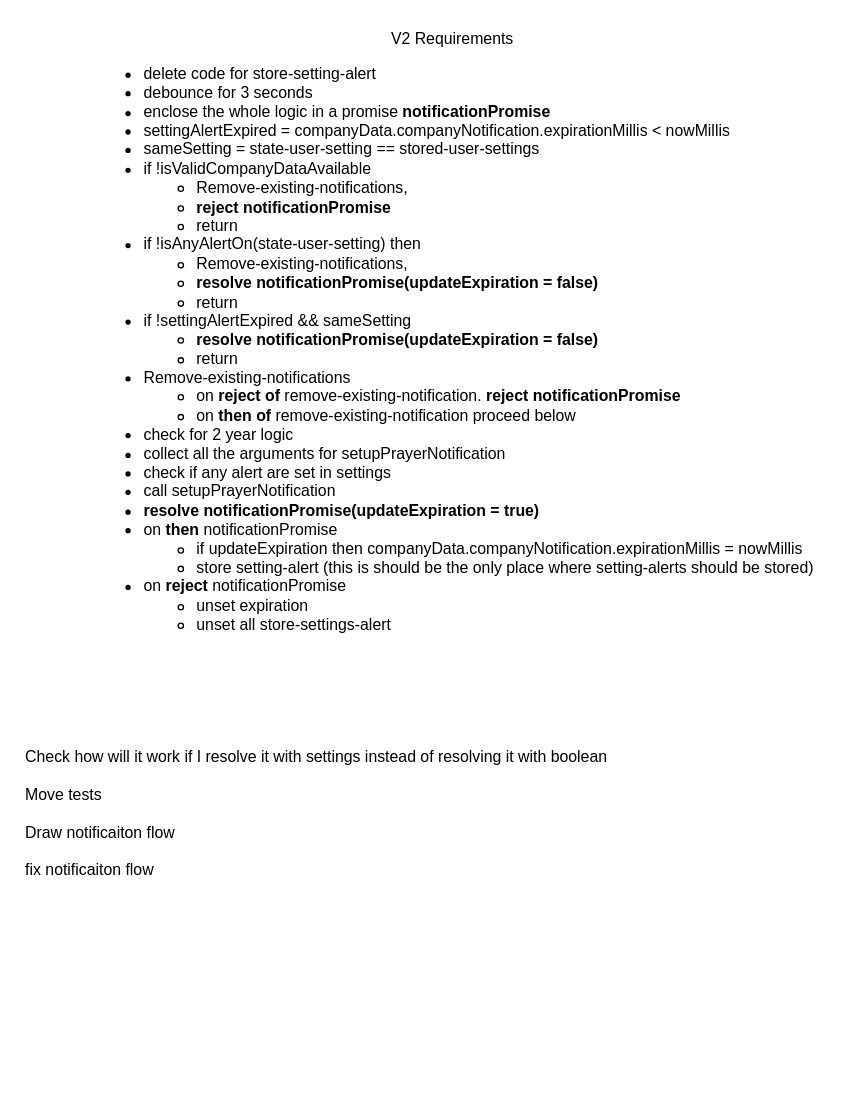
Before: page "v2 notification design" (7 of 7) of projects/central_masjid_dashboard/cdb/misc/docs-mobile/MDB Mobile Setup Notifications.drawio in sherazc/playground, a draw.io diagram. Source tidied: cells renumbered, new cells numbered last; positions are measured from the earlier drawing's top-left corner, leaving out a move shared by most shapes. Both pictures are drawn from the tidied source at 132%, with x=0, y=0 at pixel (22, 22).
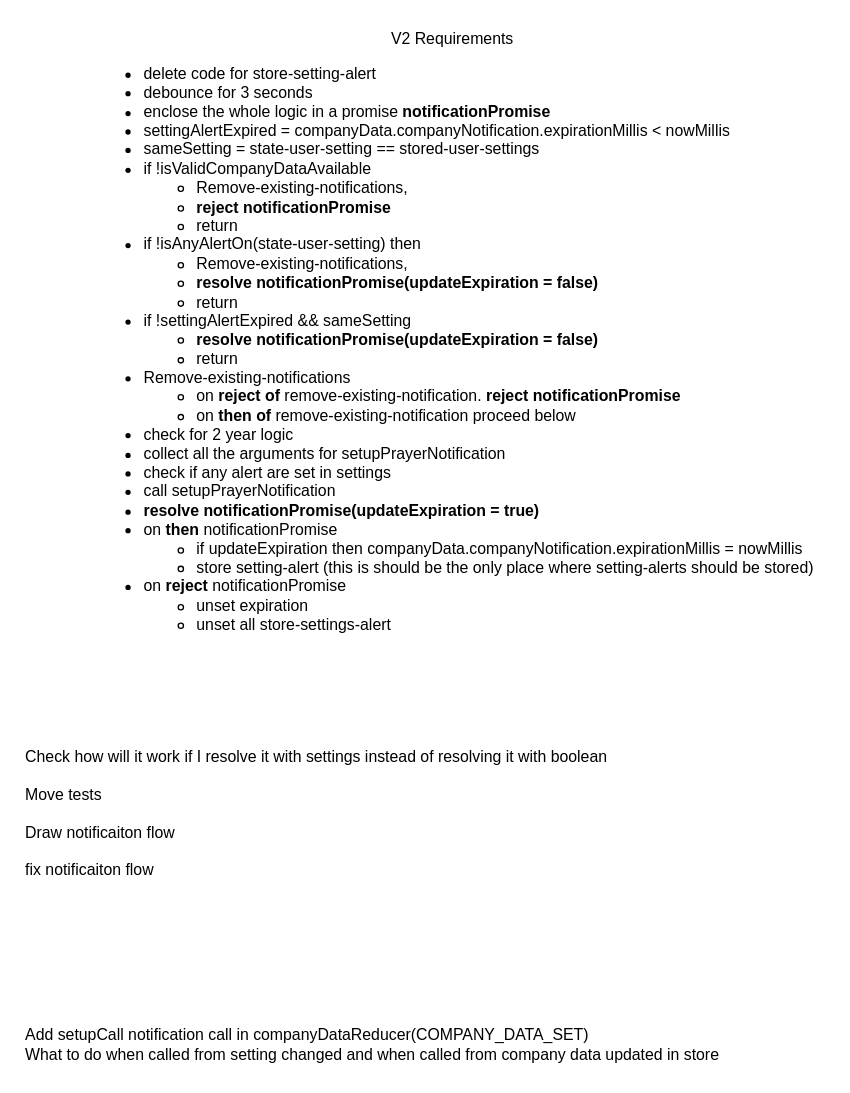
The same page after the edit.

Change to the diagram source:
```diff
@@
 <mxGraphModel>
   <root>
     <mxCell id="0" />
     <mxCell id="1" parent="0" />
     <mxCell id="2" value="&lt;div&gt;V2 Requirements&lt;/div&gt;&lt;ul&gt;&lt;li style=&quot;text-align: left;&quot;&gt;delete code for store-setting-alert&lt;/li&gt;&lt;li style=&quot;text-align: left;&quot;&gt;debounce for 3 seconds&amp;nbsp;&lt;/li&gt;&lt;li style=&quot;text-align: left;&quot;&gt;enclose the whole logic in a promise&amp;nbsp;&lt;b&gt;notificationPromise&lt;/b&gt;&lt;/li&gt;&lt;li style=&quot;text-align: left;&quot;&gt;&lt;span style=&quot;background-color: initial;&quot;&gt;settingAlertExpired = companyData.companyNotification.&lt;/span&gt;expirationMillis &amp;lt; nowMillis&lt;/li&gt;&lt;li style=&quot;text-align: left;&quot;&gt;sameSetting = state-user-setting == stored-user-settings&lt;br&gt;&lt;/li&gt;&lt;li style=&quot;border-color: var(--border-color); text-align: left;&quot;&gt;if !isValidCompanyDataAvailable&lt;/li&gt;&lt;ul style=&quot;border-color: var(--border-color);&quot;&gt;&lt;li style=&quot;border-color: var(--border-color); text-align: left;&quot;&gt;Remove-existing-notifications,&amp;nbsp;&lt;/li&gt;&lt;li style=&quot;border-color: var(--border-color); text-align: left;&quot;&gt;&lt;b style=&quot;border-color: var(--border-color);&quot;&gt;reject notificationPromise&lt;/b&gt;&lt;/li&gt;&lt;li style=&quot;border-color: var(--border-color); text-align: left;&quot;&gt;return&lt;/li&gt;&lt;/ul&gt;&lt;li style=&quot;text-align: left;&quot;&gt;if !isAnyAlertOn(state-user-setting) then&amp;nbsp;&lt;/li&gt;&lt;ul&gt;&lt;li style=&quot;text-align: left;&quot;&gt;Remove-existing-notifications,&amp;nbsp;&lt;/li&gt;&lt;li style=&quot;text-align: left;&quot;&gt;&lt;b&gt;resolve&amp;nbsp;notificationPromise(updateExpiration = false)&lt;/b&gt;&lt;/li&gt;&lt;li style=&quot;text-align: left;&quot;&gt;return&lt;/li&gt;&lt;/ul&gt;&lt;li style=&quot;text-align: left;&quot;&gt;if !settingAlertExpired&amp;nbsp;&amp;amp;&amp;amp;&amp;nbsp;sameSetting&lt;/li&gt;&lt;ul&gt;&lt;li style=&quot;text-align: left;&quot;&gt;&lt;b&gt;resolve&amp;nbsp;notificationPromise(updateExpiration = false)&lt;/b&gt;&lt;/li&gt;&lt;li style=&quot;text-align: left;&quot;&gt;return&lt;/li&gt;&lt;/ul&gt;&lt;li style=&quot;text-align: left;&quot;&gt;Remove-existing-notifications&lt;/li&gt;&lt;ul&gt;&lt;li style=&quot;border-color: var(--border-color); text-align: left;&quot;&gt;on&amp;nbsp;&lt;b style=&quot;border-color: var(--border-color);&quot;&gt;reject of&lt;/b&gt;&amp;nbsp;remove-existing-notification.&amp;nbsp;&lt;b style=&quot;border-color: var(--border-color);&quot;&gt;reject&amp;nbsp;notificationPromise&amp;nbsp;&amp;nbsp;&lt;/b&gt;&lt;/li&gt;&lt;li style=&quot;text-align: left;&quot;&gt;on &lt;b&gt;then of&lt;/b&gt; remove-existing-notification proceed below&lt;/li&gt;&lt;/ul&gt;&lt;li style=&quot;text-align: left;&quot;&gt;check for 2 year logic&lt;/li&gt;&lt;li style=&quot;text-align: left;&quot;&gt;collect all the arguments for&amp;nbsp;setupPrayerNotification&lt;/li&gt;&lt;li style=&quot;text-align: left;&quot;&gt;check if any alert are set in settings&lt;/li&gt;&lt;li style=&quot;text-align: left;&quot;&gt;call&amp;nbsp;setupPrayerNotification&lt;/li&gt;&lt;li style=&quot;text-align: left;&quot;&gt;&lt;b&gt;resolve notificationPromise(updateExpiration = true)&lt;/b&gt;&lt;br&gt;&lt;/li&gt;&lt;li style=&quot;text-align: left;&quot;&gt;on &lt;b&gt;then&lt;/b&gt;&amp;nbsp;notificationPromise&lt;/li&gt;&lt;ul&gt;&lt;li style=&quot;text-align: left;&quot;&gt;if updateExpiration then companyData.companyNotification.expirationMillis = nowMillis&lt;/li&gt;&lt;li style=&quot;text-align: left;&quot;&gt;store setting-alert (this is should be the only place where setting-alerts should be stored)&lt;/li&gt;&lt;/ul&gt;&lt;li style=&quot;text-align: left;&quot;&gt;on &lt;b&gt;reject&lt;/b&gt;&amp;nbsp;notificationPromise&lt;/li&gt;&lt;ul&gt;&lt;li style=&quot;text-align: left;&quot;&gt;unset expiration&lt;/li&gt;&lt;li style=&quot;text-align: left;&quot;&gt;unset all store-settings-alert&lt;/li&gt;&lt;/ul&gt;&lt;/ul&gt;" style="text;html=1;align=center;verticalAlign=middle;strokeColor=none;fillColor=none;fontSize=12;" parent="1" vertex="1">
       <mxGeometry x="40" width="570" height="480" as="geometry" />
     </mxCell>
     <mxCell id="3" value="Check how will it work if I resolve it with settings instead of resolving it with boolean&lt;br&gt;&lt;br&gt;&lt;div&gt;Move tests&lt;/div&gt;&lt;div&gt;&lt;br&gt;&lt;/div&gt;&lt;div&gt;Draw notificaiton flow&lt;/div&gt;&lt;div&gt;&lt;br&gt;&lt;/div&gt;&lt;div style=&quot;&quot;&gt;fix notificaiton flow&lt;/div&gt;" style="text;html=1;align=left;verticalAlign=middle;strokeColor=none;fillColor=none;" parent="1" vertex="1">
       <mxGeometry y="544" width="460" height="110" as="geometry" />
     </mxCell>
+    <mxCell id="4" value="Add setupCall notification call in&amp;nbsp;companyDataReducer(COMPANY_DATA_SET)&lt;br&gt;What to do when called from setting changed and when called from company data updated in store" style="text;html=1;align=left;verticalAlign=middle;strokeColor=none;fillColor=none;" parent="1" vertex="1">
+      <mxGeometry y="754" width="550" height="40" as="geometry" />
+    </mxCell>
   </root>
 </mxGraphModel>
```
